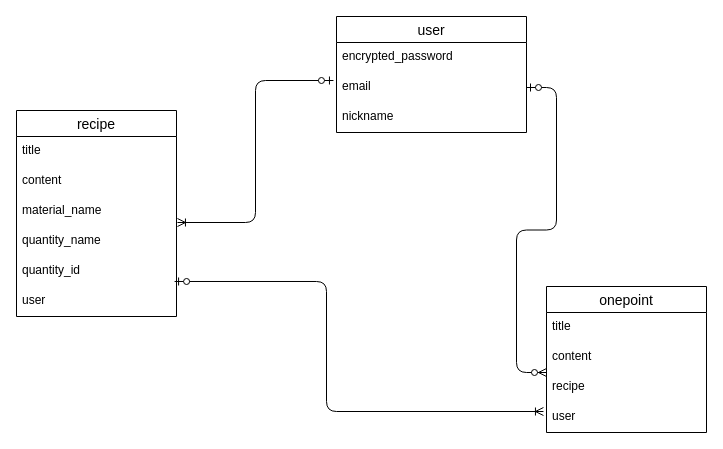
This is cook-dodo.dio from banana38ruy/cook-dodo, a draw.io file, before an edit. Source tidied: cells renumbered, new cells numbered last; positions are measured from the earlier drawing's top-left corner, leaving out a move shared by most shapes. Both pictures are drawn from the tidied source at 100%, with x=0, y=0 at pixel (16, 16).
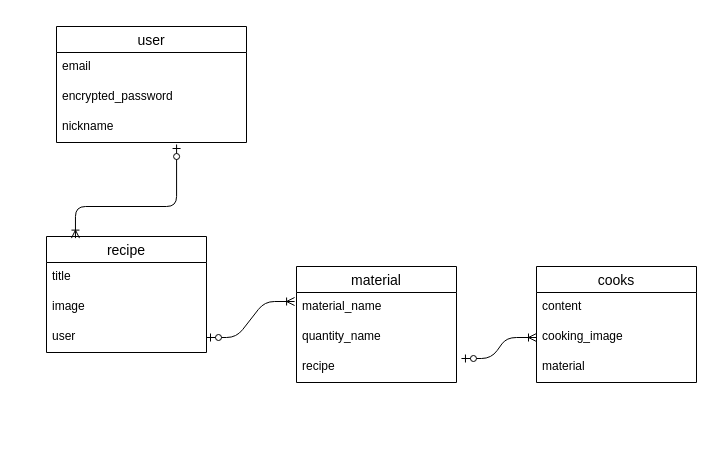
After the change.

Unchanged cells that the change refers to:
```xml
<mxCell id="5" value="nickname&#10;" style="text;strokeColor=none;fillColor=none;spacingLeft=4;spacingRight=4;overflow=hidden;points=[[0,0.5],[1,0.5]];portConstraint=eastwest;fontSize=12;" parent="2" vertex="1">
  <mxGeometry y="86" width="190" height="30" as="geometry" />
</mxCell>
```

What changed in the source:
```diff
@@
     <mxCell id="2" value="user" style="swimlane;fontStyle=0;horizontal=1;startSize=26;align=center;fontSize=14;" parent="1" vertex="1">
-      <mxGeometry x="320" width="190" height="116" as="geometry" />
+      <mxGeometry x="40" y="10" width="190" height="116" as="geometry" />
     </mxCell>
+    <mxCell id="4" value="email&#10;" style="text;strokeColor=none;fillColor=none;spacingLeft=4;spacingRight=4;overflow=hidden;points=[[0,0.5],[1,0.5]];portConstraint=eastwest;fontSize=12;" parent="2" vertex="1">
+      <mxGeometry y="26" width="190" height="30" as="geometry" />
+    </mxCell>
     <mxCell id="3" value="encrypted_password&#10;" style="text;strokeColor=none;fillColor=none;spacingLeft=4;spacingRight=4;overflow=hidden;fontSize=12;" parent="2" vertex="1">
-      <mxGeometry y="26" width="190" height="30" as="geometry" />
+      <mxGeometry y="56" width="190" height="30" as="geometry" />
     </mxCell>
-    <mxCell id="4" value="email&#10;" style="text;strokeColor=none;fillColor=none;spacingLeft=4;spacingRight=4;overflow=hidden;points=[[0,0.5],[1,0.5]];portConstraint=eastwest;fontSize=12;" parent="2" vertex="1">
-      <mxGeometry y="56" width="190" height="30" as="geometry" />
-    </mxCell>
@@
     <mxCell id="6" value="recipe" style="swimlane;fontStyle=0;horizontal=1;startSize=26;align=center;fontSize=14;" parent="1" vertex="1">
-      <mxGeometry y="94" width="160" height="206" as="geometry" />
+      <mxGeometry x="30" y="220" width="160" height="116" as="geometry" />
     </mxCell>
@@
-    <mxCell id="8" value="content&#10;" style="text;strokeColor=none;fillColor=none;spacingLeft=4;spacingRight=4;overflow=hidden;fontSize=12;" parent="6" vertex="1">
+    <mxCell id="8" value="image" style="text;strokeColor=none;fillColor=none;spacingLeft=4;spacingRight=4;overflow=hidden;fontSize=12;" parent="6" vertex="1">
       <mxGeometry y="56" width="160" height="30" as="geometry" />
     </mxCell>
-    <mxCell id="9" value="material_name" style="text;strokeColor=none;fillColor=none;spacingLeft=4;spacingRight=4;overflow=hidden;points=[[0,0.5],[1,0.5]];portConstraint=eastwest;fontSize=12;" parent="6" vertex="1">
+    <mxCell id="9" value="user" style="text;strokeColor=none;fillColor=none;spacingLeft=4;spacingRight=4;overflow=hidden;points=[[0,0.5],[1,0.5]];portConstraint=eastwest;fontSize=12;" parent="6" vertex="1">
       <mxGeometry y="86" width="160" height="30" as="geometry" />
     </mxCell>
-    <mxCell id="10" value="quantity_name" style="text;strokeColor=none;fillColor=none;spacingLeft=4;spacingRight=4;overflow=hidden;points=[[0,0.5],[1,0.5]];portConstraint=eastwest;fontSize=12;" parent="6" vertex="1">
-      <mxGeometry y="116" width="160" height="30" as="geometry" />
-    </mxCell>
-    <mxCell id="11" value="quantity_id&#10;" style="text;strokeColor=none;fillColor=none;spacingLeft=4;spacingRight=4;overflow=hidden;fontSize=12;" parent="6" vertex="1">
-      <mxGeometry y="146" width="160" height="30" as="geometry" />
-    </mxCell>
-    <mxCell id="12" value="user" style="text;strokeColor=none;fillColor=none;spacingLeft=4;spacingRight=4;overflow=hidden;points=[[0,0.5],[1,0.5]];portConstraint=eastwest;fontSize=12;" parent="6" vertex="1">
-      <mxGeometry y="176" width="160" height="30" as="geometry" />
-    </mxCell>
-    <mxCell id="13" value="onepoint" style="swimlane;fontStyle=0;horizontal=1;startSize=26;align=center;fontSize=14;" parent="1" vertex="1">
-      <mxGeometry x="530" y="270" width="160" height="146" as="geometry" />
+    <mxCell id="13" value="material" style="swimlane;fontStyle=0;horizontal=1;startSize=26;align=center;fontSize=14;" parent="1" vertex="1">
+      <mxGeometry x="280" y="250" width="160" height="116" as="geometry" />
     </mxCell>
-    <mxCell id="14" value="title" style="text;strokeColor=none;fillColor=none;spacingLeft=4;spacingRight=4;overflow=hidden;fontSize=12;" parent="13" vertex="1">
-      <mxGeometry y="26" width="160" height="30" as="geometry" />
-    </mxCell>
-    <mxCell id="15" value="content&#10;" style="text;strokeColor=none;fillColor=none;spacingLeft=4;spacingRight=4;overflow=hidden;points=[[0,0.5],[1,0.5]];portConstraint=eastwest;fontSize=12;" parent="13" vertex="1">
-      <mxGeometry y="56" width="160" height="30" as="geometry" />
+    <mxCell id="15" value="material_name" style="text;strokeColor=none;fillColor=none;spacingLeft=4;spacingRight=4;overflow=hidden;points=[[0,0.5],[1,0.5]];portConstraint=eastwest;fontSize=12;" parent="13" vertex="1">
+      <mxGeometry y="26" width="160" height="30" as="geometry" />
     </mxCell>
-    <mxCell id="16" value="recipe&#10;" style="text;strokeColor=none;fillColor=none;spacingLeft=4;spacingRight=4;overflow=hidden;points=[[0,0.5],[1,0.5]];portConstraint=eastwest;fontSize=12;" parent="13" vertex="1">
-      <mxGeometry y="86" width="160" height="30" as="geometry" />
+    <mxCell id="16" value="quantity_name" style="text;strokeColor=none;fillColor=none;spacingLeft=4;spacingRight=4;overflow=hidden;points=[[0,0.5],[1,0.5]];portConstraint=eastwest;fontSize=12;" parent="13" vertex="1">
+      <mxGeometry y="56" width="160" height="30" as="geometry" />
     </mxCell>
-    <mxCell id="17" value="user&#10;" style="text;strokeColor=none;fillColor=none;spacingLeft=4;spacingRight=4;overflow=hidden;points=[[0,0.5],[1,0.5]];portConstraint=eastwest;fontSize=12;" parent="13" vertex="1">
-      <mxGeometry y="116" width="160" height="30" as="geometry" />
+    <mxCell id="17" value="recipe" style="text;strokeColor=none;fillColor=none;spacingLeft=4;spacingRight=4;overflow=hidden;points=[[0,0.5],[1,0.5]];portConstraint=eastwest;fontSize=12;" parent="13" vertex="1">
+      <mxGeometry y="86" width="160" height="30" as="geometry" />
     </mxCell>
-    <mxCell id="18" style="edgeStyle=entityRelationEdgeStyle;fontSize=12;html=1;endArrow=ERzeroToMany;startArrow=ERzeroToOne;entryX=0;entryY=0;entryDx=0;entryDy=0;entryPerimeter=0;" parent="1" edge="1" source="4" target="16">
-      <mxGeometry relative="1" as="geometry" />
-    </mxCell>
-    <mxCell id="19" style="edgeStyle=elbowEdgeStyle;fontSize=12;html=1;endArrow=ERoneToMany;startArrow=ERzeroToOne;exitX=-0.016;exitY=0.267;exitDx=0;exitDy=0;exitPerimeter=0;entryX=1.006;entryY=-0.133;entryDx=0;entryDy=0;entryPerimeter=0;" parent="1" edge="1" source="4" target="10">
-      <mxGeometry relative="1" as="geometry" />
-    </mxCell>
-    <mxCell id="20" style="edgeStyle=elbowEdgeStyle;fontSize=12;html=1;endArrow=ERoneToMany;startArrow=ERzeroToOne;entryX=-0.019;entryY=0.3;entryDx=0;entryDy=0;entryPerimeter=0;exitX=0.988;exitY=-0.167;exitDx=0;exitDy=0;exitPerimeter=0;" parent="1" edge="1" source="12" target="17">
-      <mxGeometry relative="1" as="geometry">
-        <Array as="points">
-          <mxPoint x="310" y="285" />
-          <mxPoint x="160" y="279" />
-          <mxPoint x="170" y="279" />
-          <mxPoint x="400" y="279" />
-        </Array>
-      </mxGeometry>
-    </mxCell>
+    <mxCell id="21" value="cooks" style="swimlane;fontStyle=0;horizontal=1;startSize=26;align=center;fontSize=14;" parent="1" vertex="1">
+      <mxGeometry x="520" y="250" width="160" height="116" as="geometry" />
+    </mxCell>
+    <mxCell id="22" value="content" style="text;strokeColor=none;fillColor=none;spacingLeft=4;spacingRight=4;overflow=hidden;fontSize=12;" parent="21" vertex="1">
+      <mxGeometry y="26" width="160" height="30" as="geometry" />
+    </mxCell>
+    <mxCell id="23" value="cooking_image" style="text;strokeColor=none;fillColor=none;spacingLeft=4;spacingRight=4;overflow=hidden;points=[[0,0.5],[1,0.5]];portConstraint=eastwest;fontSize=12;" parent="21" vertex="1">
+      <mxGeometry y="56" width="160" height="30" as="geometry" />
+    </mxCell>
+    <mxCell id="24" value="material" style="text;strokeColor=none;fillColor=none;spacingLeft=4;spacingRight=4;overflow=hidden;fontSize=12;" parent="21" vertex="1">
+      <mxGeometry y="86" width="160" height="30" as="geometry" />
+    </mxCell>
+    <mxCell id="25" style="edgeStyle=elbowEdgeStyle;fontSize=12;html=1;endArrow=ERoneToMany;startArrow=ERzeroToOne;elbow=vertical;exitX=0.632;exitY=1.067;exitDx=0;exitDy=0;exitPerimeter=0;entryX=0.181;entryY=0.014;entryDx=0;entryDy=0;entryPerimeter=0;" parent="1" edge="1" source="5" target="6">
+      <mxGeometry relative="1" as="geometry">
+        <Array as="points">
+          <mxPoint x="60" y="190" />
+          <mxPoint x="90" y="190" />
+        </Array>
+      </mxGeometry>
+    </mxCell>
+    <mxCell id="26" style="edgeStyle=entityRelationEdgeStyle;fontSize=12;html=1;endArrow=ERoneToMany;startArrow=ERzeroToOne;exitX=1;exitY=0.5;exitDx=0;exitDy=0;entryX=-0.012;entryY=0.3;entryDx=0;entryDy=0;entryPerimeter=0;" parent="1" edge="1" source="9" target="15">
+      <mxGeometry relative="1" as="geometry" />
+    </mxCell>
+    <mxCell id="27" style="edgeStyle=entityRelationEdgeStyle;fontSize=12;html=1;endArrow=ERoneToMany;startArrow=ERzeroToOne;entryX=0;entryY=0.5;entryDx=0;entryDy=0;exitX=1.031;exitY=0.2;exitDx=0;exitDy=0;exitPerimeter=0;" parent="1" edge="1" source="17" target="23">
+      <mxGeometry relative="1" as="geometry" />
+    </mxCell>
```
